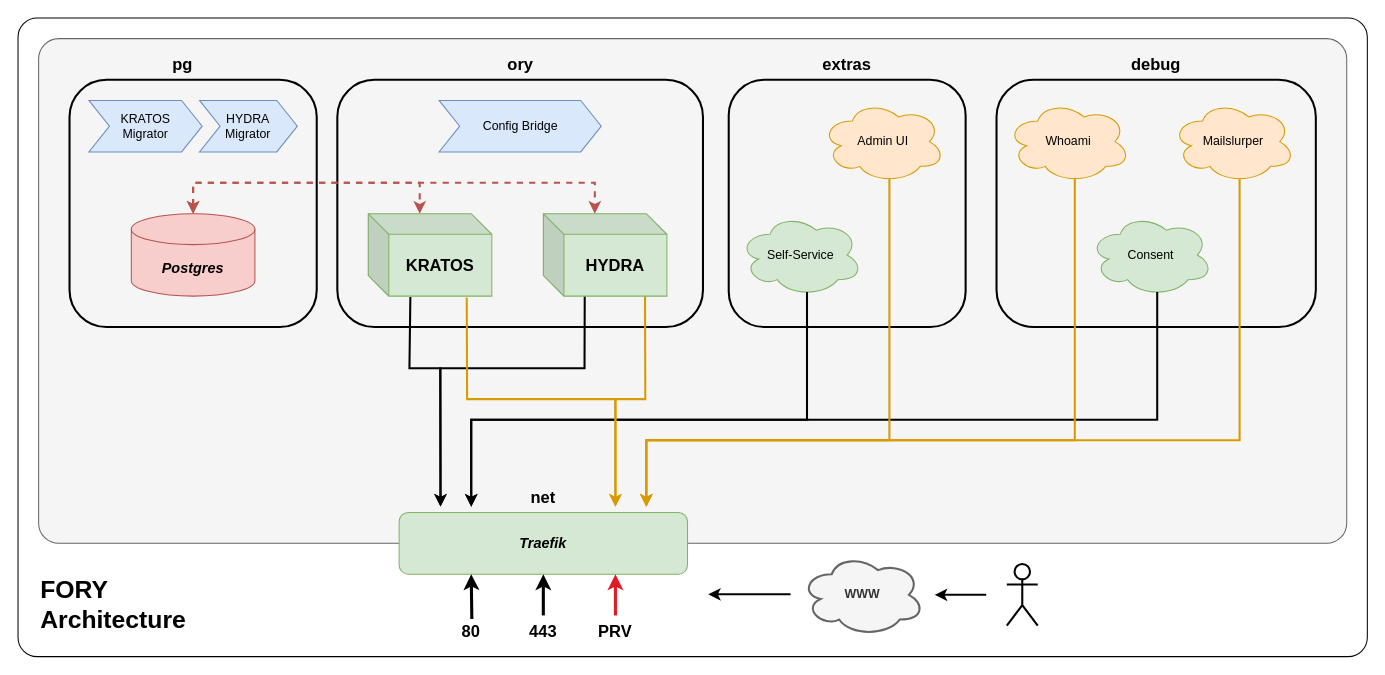
This is docs/fimor-architecture.drawio from 315Concepts/fimor-auth, a draw.io file, before an edit. Source tidied: cells renumbered, new cells numbered last; positions are measured from the earlier drawing's top-left corner, leaving out a move shared by most shapes. Both pictures are drawn from the tidied source at 103%, with x=0, y=0 at pixel (18, 18).
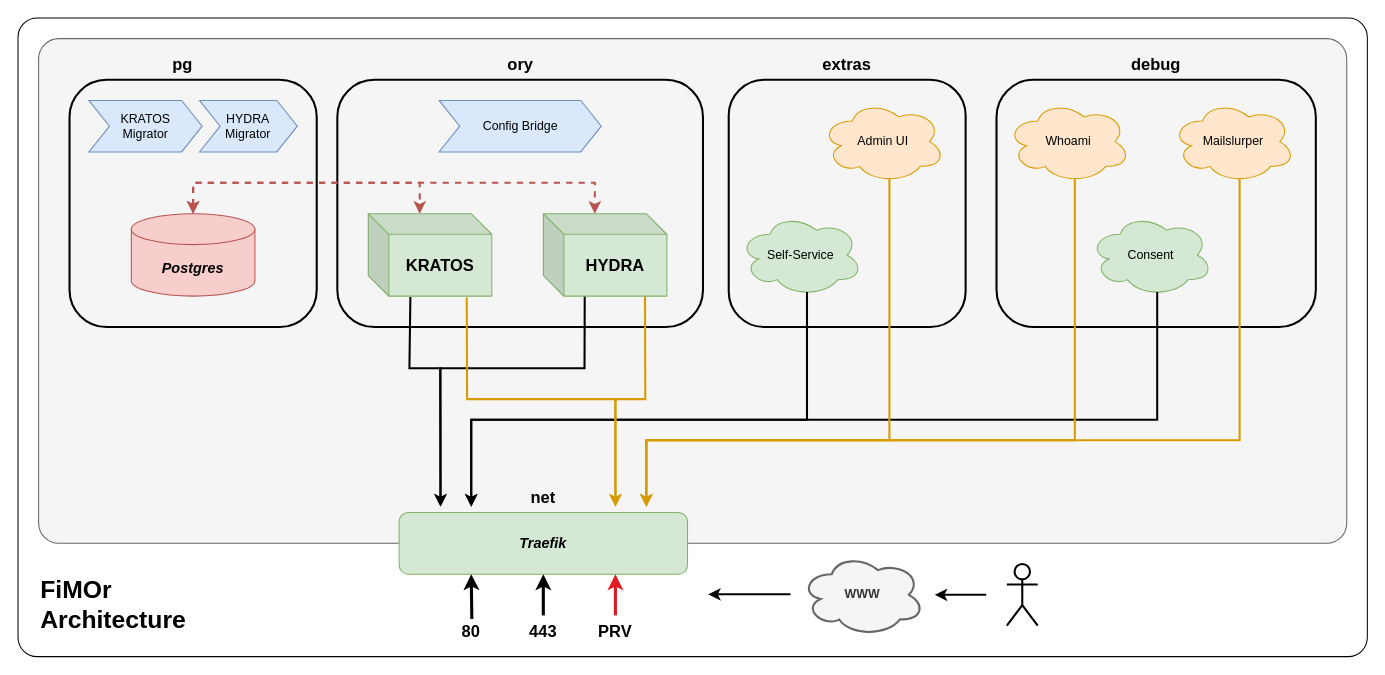
Above is the later version.

Commit message (it also covers changes not shown here):
Docs and arch diagram tweaks

The edit, as a diff of the source:
```diff
@@
-    <mxCell id="42" value="FORY&lt;br&gt;Architecture" style="text;html=1;whiteSpace=wrap;strokeColor=none;fillColor=none;align=left;verticalAlign=middle;rounded=0;fontSize=24;fontStyle=1;" parent="1" vertex="1">
+    <mxCell id="42" value="FiMOr&lt;br&gt;Architecture" style="text;html=1;whiteSpace=wrap;strokeColor=none;fillColor=none;align=left;verticalAlign=middle;rounded=0;fontSize=24;fontStyle=1;" parent="1" vertex="1">
       <mxGeometry x="20" y="530" width="150" height="80" as="geometry" />
     </mxCell>
```
